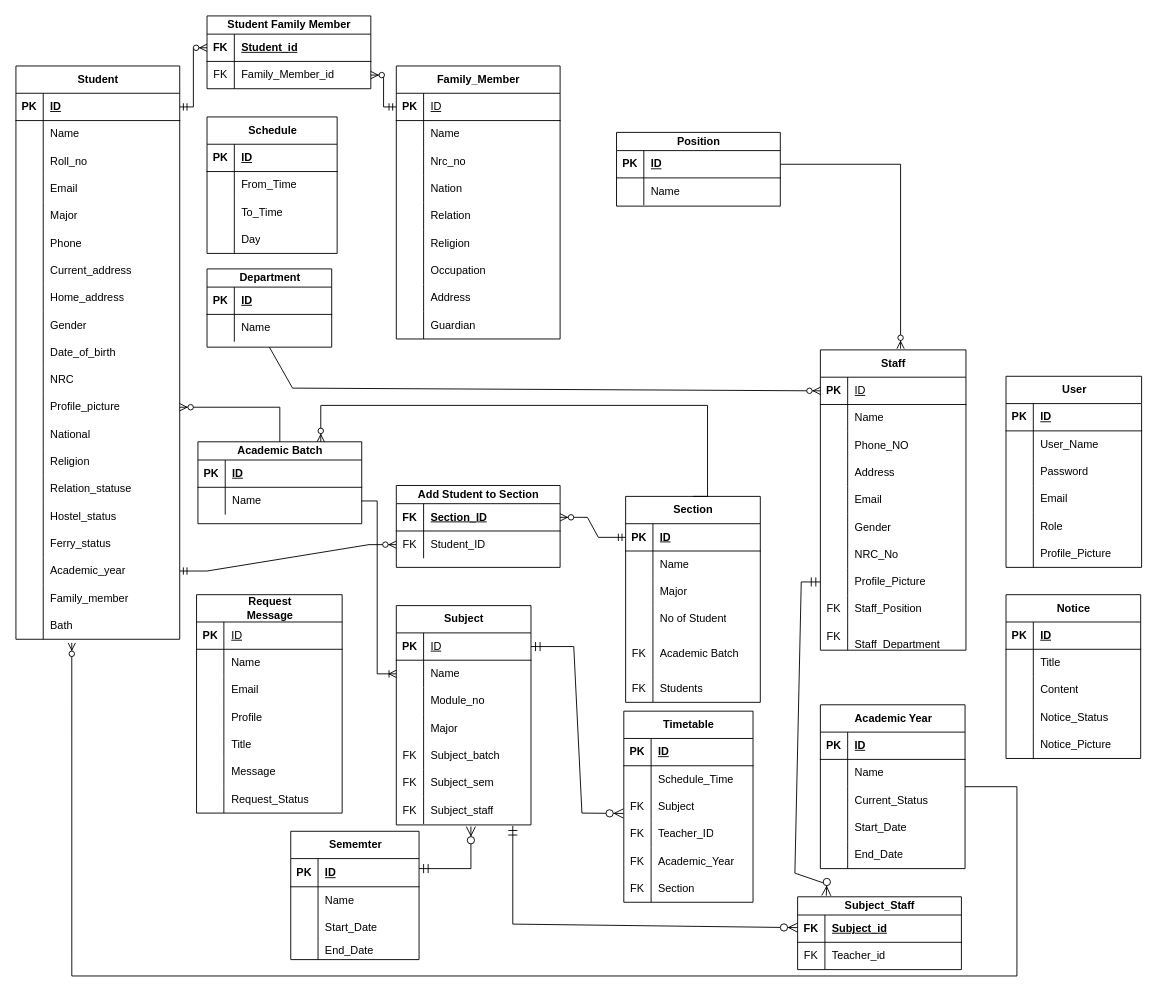
The draw.io diagram ER.drawio in KhunMaungNgwee/InternShipProject, before the edit. Source tidied: cells renumbered, new cells numbered last; positions are measured from the earlier drawing's top-left corner, leaving out a move shared by most shapes. Both pictures are drawn from the tidied source at 91%, with x=0, y=0 at pixel (15, 15).
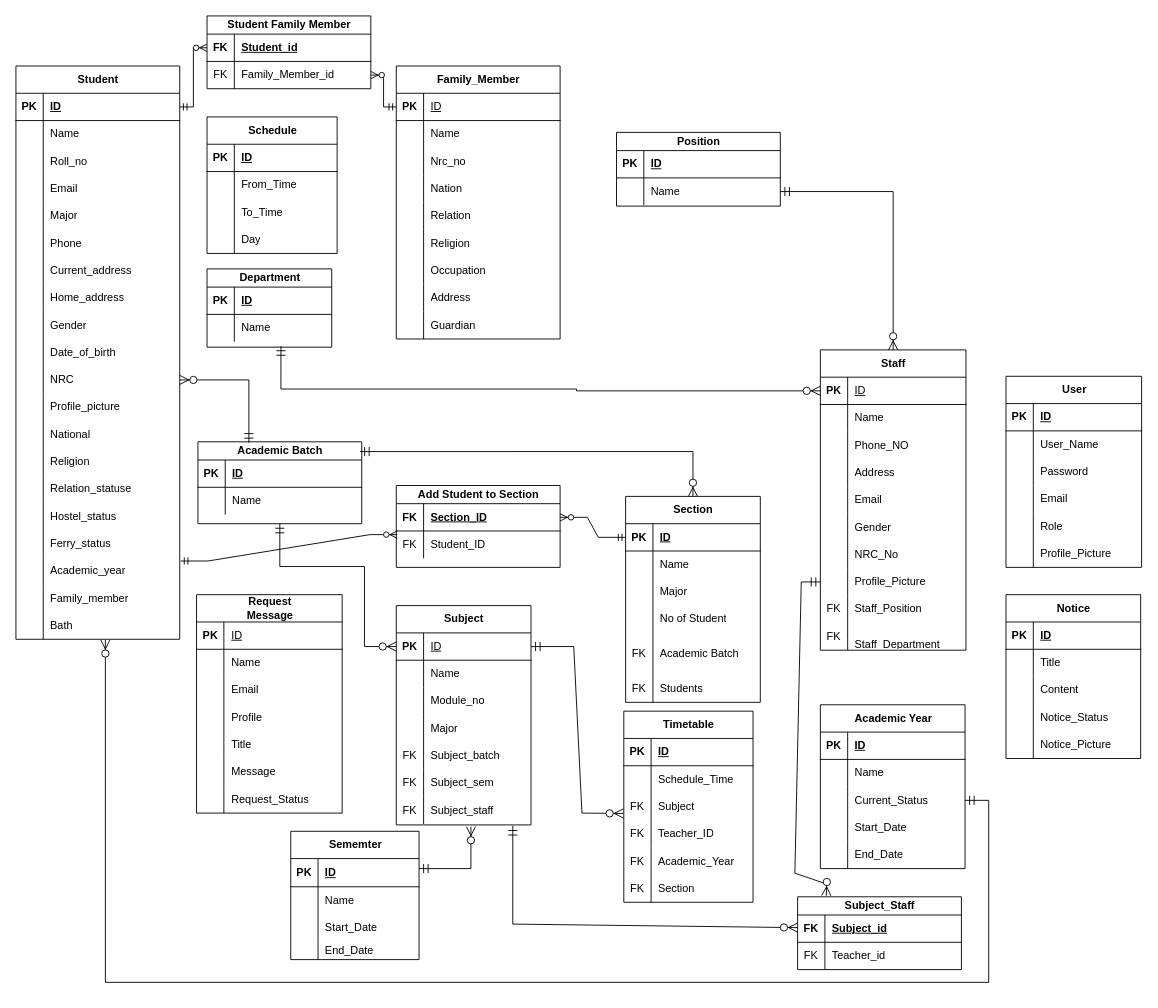
The same page after the edit.

The change refers to these unchanged cells:
```xml
<mxCell id="33" style="shape=tableRow;horizontal=0;startSize=0;swimlaneHead=0;swimlaneBody=0;fillColor=none;points=[[0,0.5],[1,0.5]];portConstraint=eastwest;top=0;left=0;right=0;bottom=0;labelBackgroundColor=none;" parent="2" vertex="1">
  <mxGeometry y="330" width="180" height="30" as="geometry" />
</mxCell>
<mxCell id="36" style="shape=tableRow;horizontal=0;startSize=0;swimlaneHead=0;swimlaneBody=0;fillColor=none;points=[[0,0.5],[1,0.5]];portConstraint=eastwest;top=0;left=0;right=0;bottom=0;labelBackgroundColor=none;" parent="2" vertex="1">
  <mxGeometry y="360" width="180" height="30" as="geometry" />
</mxCell>
<mxCell id="54" style="shape=tableRow;horizontal=0;startSize=0;swimlaneHead=0;swimlaneBody=0;fillColor=none;points=[[0,0.5],[1,0.5]];portConstraint=eastwest;top=0;left=0;right=0;bottom=0;labelBackgroundColor=none;" parent="2" vertex="1">
  <mxGeometry y="540" width="180" height="30" as="geometry" />
</mxCell>
<mxCell id="60" style="shape=tableRow;horizontal=0;startSize=0;swimlaneHead=0;swimlaneBody=0;fillColor=none;points=[[0,0.5],[1,0.5]];portConstraint=eastwest;top=0;left=0;right=0;bottom=0;labelBackgroundColor=none;" parent="2" vertex="1">
  <mxGeometry y="600" width="180" height="30" as="geometry" />
</mxCell>
<mxCell id="91" value="&lt;span style=&quot;text-wrap: wrap;&quot;&gt;Staff&lt;/span&gt;" style="shape=table;startSize=30;childLayout=tableLayout;rowLines=0;fontStyle=1;align=center;html=1;labelBackgroundColor=none;" parent="1" vertex="1">
  <mxGeometry x="884" y="367" width="160" height="330" as="geometry" />
</mxCell>
<mxCell id="92" style="shape=tableRow;horizontal=0;startSize=0;swimlaneHead=0;swimlaneBody=0;fillColor=none;points=[[0,0.5],[1,0.5]];portConstraint=eastwest;top=0;left=0;right=0;bottom=1;labelBackgroundColor=none;" parent="91" vertex="1">
  <mxGeometry y="30" width="160" height="30" as="geometry" />
</mxCell>
<mxCell id="123" style="shape=tableRow;horizontal=0;startSize=0;swimlaneHead=0;swimlaneBody=0;fillColor=none;points=[[0,0.5],[1,0.5]];portConstraint=eastwest;top=0;left=0;right=0;bottom=1;labelBackgroundColor=none;" parent="122" vertex="1">
  <mxGeometry y="30" width="148" height="30" as="geometry" />
</mxCell>
<mxCell id="126" style="shape=tableRow;horizontal=0;startSize=0;swimlaneHead=0;swimlaneBody=0;fillColor=none;points=[[0,0.5],[1,0.5]];portConstraint=eastwest;top=0;left=0;right=0;bottom=0;labelBackgroundColor=none;" parent="122" vertex="1">
  <mxGeometry y="60" width="148" height="30" as="geometry" />
</mxCell>
<mxCell id="160" value="Department" style="shape=table;startSize=20;childLayout=tableLayout;rowLines=0;fontStyle=1;align=center;html=1;labelBackgroundColor=none;" parent="1" vertex="1">
  <mxGeometry x="210" y="278" width="137" height="86" as="geometry" />
</mxCell>
<mxCell id="164" style="shape=tableRow;horizontal=0;startSize=0;swimlaneHead=0;swimlaneBody=0;fillColor=none;points=[[0,0.5],[1,0.5]];portConstraint=eastwest;top=0;left=0;right=0;bottom=0;labelBackgroundColor=none;" parent="160" vertex="1">
  <mxGeometry y="50" width="137" height="30" as="geometry" />
</mxCell>
<mxCell id="186" value="Academic Year" style="shape=table;startSize=30;childLayout=tableLayout;rowLines=0;fontStyle=1;align=center;html=1;labelBackgroundColor=none;" parent="1" vertex="1">
  <mxGeometry x="884" y="757" width="159" height="180" as="geometry" />
</mxCell>
<mxCell id="193" style="shape=tableRow;horizontal=0;startSize=0;swimlaneHead=0;swimlaneBody=0;fillColor=none;points=[[0,0.5],[1,0.5]];portConstraint=eastwest;top=0;left=0;right=0;bottom=0;labelBackgroundColor=none;" parent="186" vertex="1">
  <mxGeometry y="90" width="159" height="30" as="geometry" />
</mxCell>
<mxCell id="222" style="shape=tableRow;horizontal=0;startSize=0;swimlaneHead=0;swimlaneBody=0;fillColor=none;points=[[0,0.5],[1,0.5]];portConstraint=eastwest;top=0;left=0;right=0;bottom=1;labelBackgroundColor=none;" parent="221" vertex="1">
  <mxGeometry y="20" width="180" height="30" as="geometry" />
</mxCell>
<mxCell id="225" style="shape=tableRow;horizontal=0;startSize=0;swimlaneHead=0;swimlaneBody=0;fillColor=none;points=[[0,0.5],[1,0.5]];portConstraint=eastwest;top=0;left=0;right=0;bottom=0;labelBackgroundColor=none;" parent="221" vertex="1">
  <mxGeometry y="50" width="180" height="30" as="geometry" />
</mxCell>
<mxCell id="252" style="shape=tableRow;horizontal=0;startSize=0;swimlaneHead=0;swimlaneBody=0;fillColor=none;points=[[0,0.5],[1,0.5]];portConstraint=eastwest;top=0;left=0;right=0;bottom=0;labelBackgroundColor=none;" parent="248" vertex="1">
  <mxGeometry y="50" width="180" height="30" as="geometry" />
</mxCell>
<mxCell id="262" value="Academic Batch" style="shape=table;startSize=20;childLayout=tableLayout;rowLines=0;fontStyle=1;align=center;html=1;labelBackgroundColor=none;" parent="1" vertex="1">
  <mxGeometry x="200" y="468" width="180" height="90" as="geometry" />
</mxCell>
<mxCell id="266" style="shape=tableRow;horizontal=0;startSize=0;swimlaneHead=0;swimlaneBody=0;fillColor=none;points=[[0,0.5],[1,0.5]];portConstraint=eastwest;top=0;left=0;right=0;bottom=0;labelBackgroundColor=none;" parent="262" vertex="1">
  <mxGeometry y="50" width="180" height="30" as="geometry" />
</mxCell>
<mxCell id="282" value="Section" style="shape=table;startSize=30;childLayout=tableLayout;rowLines=0;fontStyle=1;align=center;html=1;labelBackgroundColor=none;" parent="1" vertex="1">
  <mxGeometry x="670" y="528" width="148" height="226.3" as="geometry" />
</mxCell>
```

Diff of the diagram source:
```diff
@@
-    <mxCell id="323" style="edgeStyle=orthogonalEdgeStyle;fontSize=12;html=1;endArrow=ERzeroToMany;endFill=1;rounded=0;entryX=0.341;entryY=1.133;entryDx=0;entryDy=0;entryPerimeter=0;labelBackgroundColor=none;fontColor=default;" parent="1" edge="1" source="186" target="60">
-      <mxGeometry relative="1" as="geometry">
-        <Array as="points">
-          <mxPoint x="1100" y="847" />
-          <mxPoint x="1100" y="1055" />
-          <mxPoint x="61" y="1055" />
-        </Array>
-      </mxGeometry>
-    </mxCell>
-    <mxCell id="324" style="edgeStyle=orthogonalEdgeStyle;fontSize=12;html=1;endArrow=ERzeroToMany;endFill=1;rounded=0;entryX=1;entryY=0.5;entryDx=0;entryDy=0;labelBackgroundColor=none;fontColor=default;" parent="1" edge="1" source="262" target="36">
-      <mxGeometry relative="1" as="geometry" />
-    </mxCell>
-    <mxCell id="325" style="edgeStyle=orthogonalEdgeStyle;fontSize=12;html=1;endArrow=ERzeroToMany;endFill=1;rounded=0;exitX=0.5;exitY=0;exitDx=0;exitDy=0;entryX=0.75;entryY=0;entryDx=0;entryDy=0;labelBackgroundColor=none;fontColor=default;" parent="1" edge="1" source="282" target="262">
-      <mxGeometry relative="1" as="geometry">
-        <Array as="points">
-          <mxPoint x="760" y="428" />
-          <mxPoint x="335" y="428" />
-        </Array>
-      </mxGeometry>
-    </mxCell>
-    <mxCell id="326" style="edgeStyle=elbowEdgeStyle;fontSize=12;html=1;endArrow=ERzeroToMany;endFill=1;rounded=0;exitX=1;exitY=0.5;exitDx=0;exitDy=0;elbow=vertical;entryX=0.551;entryY=-0.004;entryDx=0;entryDy=0;entryPerimeter=0;labelBackgroundColor=none;fontColor=default;" parent="1" edge="1" source="222" target="91">
-      <mxGeometry relative="1" as="geometry">
-        <Array as="points">
-          <mxPoint x="960" y="163" />
-        </Array>
-      </mxGeometry>
-    </mxCell>
-    <mxCell id="327" style="fontSize=12;html=1;endArrow=ERzeroToMany;endFill=1;rounded=0;entryX=0;entryY=0.5;entryDx=0;entryDy=0;exitX=0.5;exitY=1;exitDx=0;exitDy=0;labelBackgroundColor=none;fontColor=default;" parent="1" edge="1" source="160" target="92">
-      <mxGeometry relative="1" as="geometry">
-        <Array as="points">
-          <mxPoint x="304" y="409" />
-        </Array>
-      </mxGeometry>
-    </mxCell>
@@
-    <mxCell id="331" style="edgeStyle=entityRelationEdgeStyle;fontSize=12;html=1;endArrow=ERzeroToMany;startArrow=ERmandOne;rounded=0;" parent="1" edge="1" source="54" target="252">
-      <mxGeometry relative="1" as="geometry" />
+    <mxCell id="331" style="edgeStyle=entityRelationEdgeStyle;fontSize=12;html=1;endArrow=ERzeroToMany;startArrow=ERmandOne;rounded=0;" parent="1" edge="1">
+      <mxGeometry relative="1" as="geometry">
+        <mxPoint x="181" y="599" as="sourcePoint" />
+        <mxPoint x="419" y="570" as="targetPoint" />
+      </mxGeometry>
     </mxCell>
-    <mxCell id="332" style="fontSize=12;html=1;endArrow=ERoneToMany;rounded=0;exitX=1;exitY=0.5;exitDx=0;exitDy=0;entryX=0;entryY=0.5;entryDx=0;entryDy=0;" parent="1" edge="1" source="266" target="126">
-      <mxGeometry relative="1" as="geometry">
-        <Array as="points">
-          <mxPoint x="397" y="533" />
-          <mxPoint x="397" y="723" />
-        </Array>
-      </mxGeometry>
-    </mxCell>
@@
+    <mxCell id="337" style="edgeStyle=orthogonalEdgeStyle;fontSize=12;html=1;endArrow=ERzeroToMany;startArrow=ERmandOne;rounded=0;startSize=8;endSize=8;entryX=0.5;entryY=0;entryDx=0;entryDy=0;exitX=0.99;exitY=0.119;exitDx=0;exitDy=0;exitPerimeter=0;" parent="1" edge="1" source="262" target="282">
+      <mxGeometry relative="1" as="geometry" />
+    </mxCell>
+    <mxCell id="338" style="fontSize=12;html=1;endArrow=ERzeroToMany;startArrow=ERmandOne;rounded=0;startSize=8;endSize=8;entryX=0.546;entryY=1.024;entryDx=0;entryDy=0;entryPerimeter=0;exitX=1;exitY=0.5;exitDx=0;exitDy=0;edgeStyle=orthogonalEdgeStyle;" parent="1" edge="1" source="193" target="60">
+      <mxGeometry relative="1" as="geometry">
+        <Array as="points">
+          <mxPoint x="1069" y="862" />
+          <mxPoint x="1069" y="1062" />
+          <mxPoint x="98" y="1062" />
+        </Array>
+      </mxGeometry>
+    </mxCell>
+    <mxCell id="339" style="fontSize=12;html=1;endArrow=ERzeroToMany;startArrow=ERmandOne;rounded=0;startSize=8;endSize=8;exitX=0.593;exitY=1.164;exitDx=0;exitDy=0;exitPerimeter=0;entryX=0;entryY=0.5;entryDx=0;entryDy=0;edgeStyle=orthogonalEdgeStyle;" parent="1" edge="1" source="164" target="92">
+      <mxGeometry relative="1" as="geometry">
+        <Array as="points">
+          <mxPoint x="291" y="410" />
+          <mxPoint x="616" y="410" />
+          <mxPoint x="616" y="412" />
+        </Array>
+      </mxGeometry>
+    </mxCell>
+    <mxCell id="340" style="fontSize=12;html=1;endArrow=ERzeroToMany;startArrow=ERmandOne;rounded=0;startSize=8;endSize=8;entryX=0.5;entryY=0;entryDx=0;entryDy=0;exitX=1;exitY=0.5;exitDx=0;exitDy=0;edgeStyle=orthogonalEdgeStyle;" parent="1" edge="1" source="225" target="91">
+      <mxGeometry relative="1" as="geometry" />
+    </mxCell>
+    <mxCell id="341" style="fontSize=12;html=1;endArrow=ERzeroToMany;startArrow=ERmandOne;rounded=0;startSize=8;endSize=8;entryX=0;entryY=0.5;entryDx=0;entryDy=0;edgeStyle=orthogonalEdgeStyle;" parent="1" edge="1" target="123">
+      <mxGeometry relative="1" as="geometry">
+        <mxPoint x="290" y="558" as="sourcePoint" />
+        <Array as="points">
+          <mxPoint x="290" y="605" />
+          <mxPoint x="383" y="605" />
+          <mxPoint x="383" y="693" />
+        </Array>
+      </mxGeometry>
+    </mxCell>
+    <mxCell id="342" style="fontSize=12;html=1;endArrow=ERzeroToMany;startArrow=ERmandOne;rounded=0;startSize=8;endSize=8;entryX=1;entryY=0.5;entryDx=0;entryDy=0;edgeStyle=orthogonalEdgeStyle;" parent="1" edge="1" target="33">
+      <mxGeometry relative="1" as="geometry">
+        <mxPoint x="256" y="469" as="sourcePoint" />
+        <Array as="points">
+          <mxPoint x="256" y="469" />
+          <mxPoint x="256" y="400" />
+        </Array>
+      </mxGeometry>
+    </mxCell>
```
